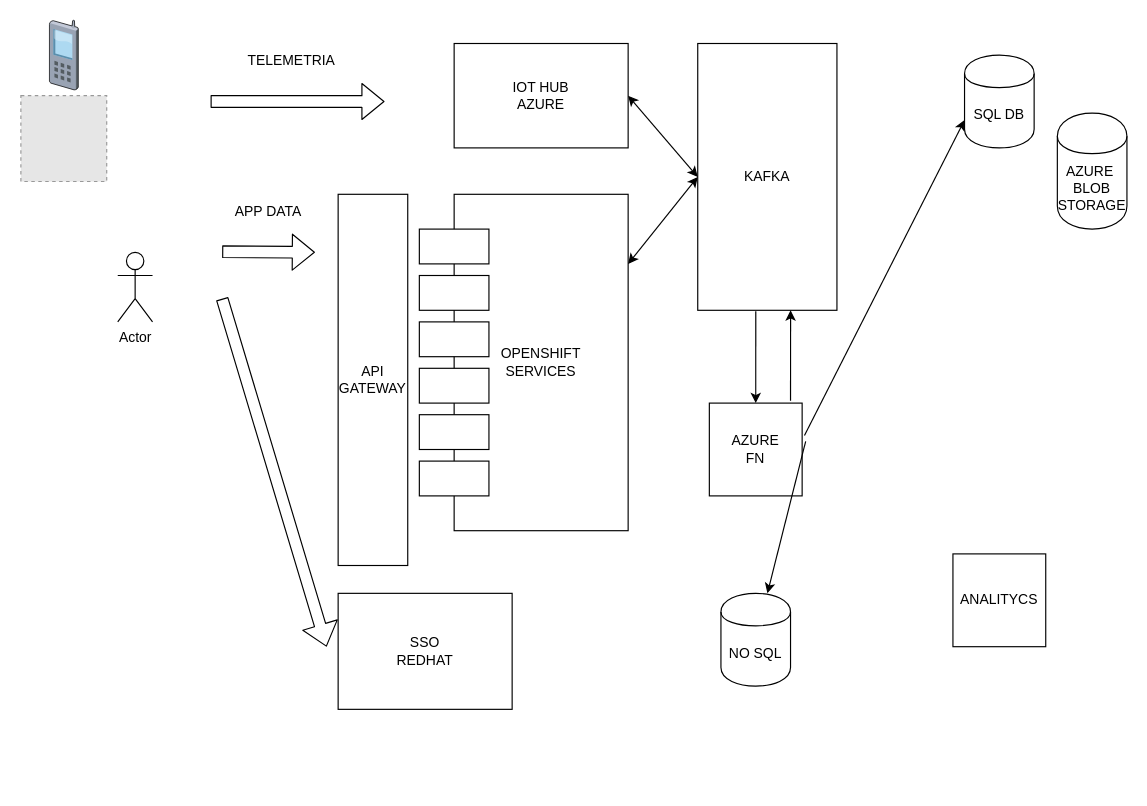
fiorenzino/cps_iot keeps this draw.io diagram as Untitled Diagram.drawio. Above is the earlier version. Source tidied: cells renumbered, new cells numbered last; positions are measured from the earlier drawing's top-left corner, leaving out a move shared by most shapes. Both pictures are drawn from the tidied source at 116%, with x=0, y=0 at pixel (20, 20). Pictures stored in the file or linked from it are replaced by grey dashed boxes.
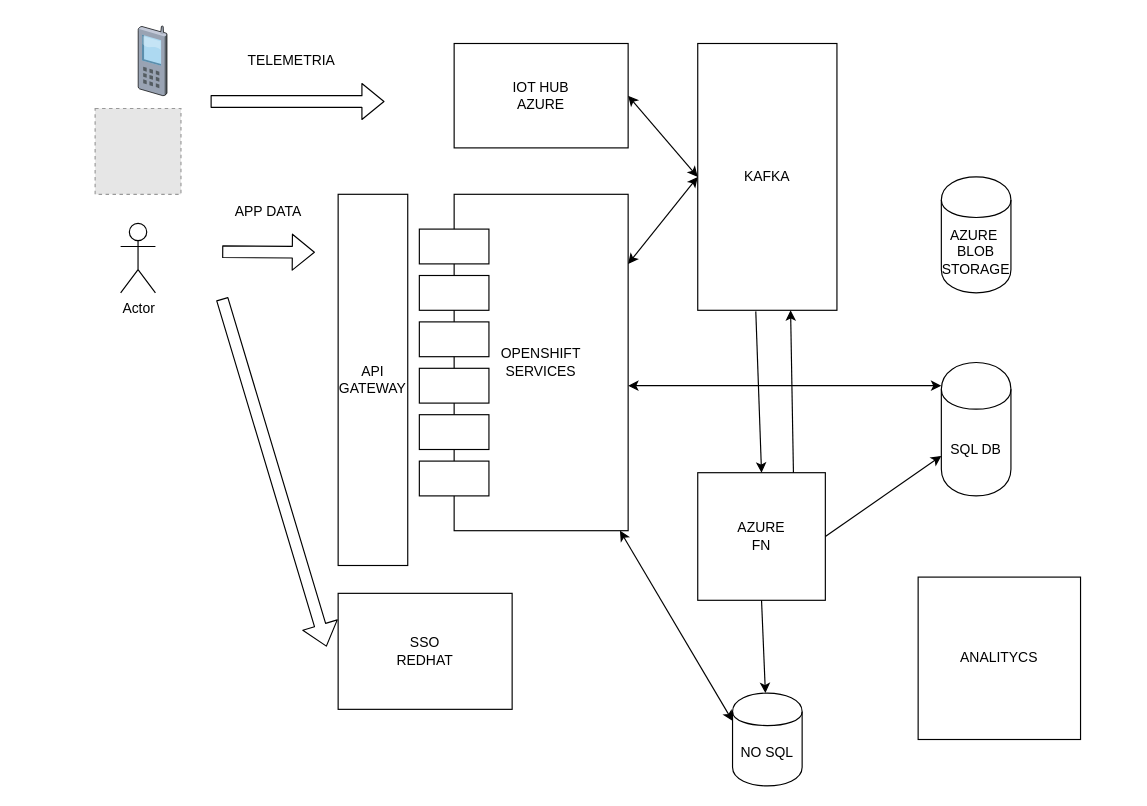
The same page after the edit.

Unchanged cells that the change refers to:
```xml
<mxCell id="5" value="OPENSHIFT&lt;br&gt;SERVICES" style="rounded=0;whiteSpace=wrap;html=1;" parent="1" vertex="1">
  <mxGeometry x="374" y="150" width="150" height="290" as="geometry" />
</mxCell>
<mxCell id="10" value="KAFKA" style="rounded=0;whiteSpace=wrap;html=1;" parent="1" vertex="1">
  <mxGeometry x="584" y="20" width="120" height="230" as="geometry" />
</mxCell>
```

Change to the diagram source:
```diff
@@
     <mxCell id="11" value="SQL DB" style="shape=cylinder;whiteSpace=wrap;html=1;boundedLbl=1;backgroundOutline=1;" parent="1" vertex="1">
-      <mxGeometry x="814" y="30" width="60" height="80" as="geometry" />
+      <mxGeometry x="794" y="295" width="60" height="115" as="geometry" />
     </mxCell>
     <mxCell id="12" value="NO SQL" style="shape=cylinder;whiteSpace=wrap;html=1;boundedLbl=1;backgroundOutline=1;" parent="1" vertex="1">
-      <mxGeometry x="604" y="494" width="60" height="80" as="geometry" />
+      <mxGeometry x="614" y="580" width="60" height="80" as="geometry" />
     </mxCell>
     <mxCell id="13" value="AZURE&amp;nbsp;&lt;br&gt;BLOB&lt;br&gt;STORAGE" style="shape=cylinder;whiteSpace=wrap;html=1;boundedLbl=1;backgroundOutline=1;" parent="1" vertex="1">
-      <mxGeometry x="894" y="80" width="60" height="100" as="geometry" />
+      <mxGeometry x="794" y="135" width="60" height="100" as="geometry" />
     </mxCell>
     <mxCell id="14" value="AZURE&lt;br&gt;FN" style="whiteSpace=wrap;html=1;" parent="1" vertex="1">
-      <mxGeometry x="594" y="330" width="80" height="80" as="geometry" />
+      <mxGeometry x="584" y="390" width="110" height="110" as="geometry" />
     </mxCell>
     <mxCell id="15" value="ANALITYCS&lt;br&gt;" style="whiteSpace=wrap;html=1;" parent="1" vertex="1">
-      <mxGeometry x="804" y="460" width="80" height="80" as="geometry" />
+      <mxGeometry x="774" y="480" width="140" height="140" as="geometry" />
     </mxCell>
@@
-    <mxCell id="19" style="endArrow=classic;html=1;exitX=1.038;exitY=0.413;exitDx=0;exitDy=0;exitPerimeter=0;" parent="1" edge="1" source="14" target="12">
+    <mxCell id="19" style="endArrow=classic;html=1;exitX=0.5;exitY=1;exitDx=0;exitDy=0;" parent="1" edge="1" source="14" target="12">
       <mxGeometry relative="1" as="geometry" />
     </mxCell>
-    <mxCell id="20" style="endArrow=classic;html=1;entryX=0.667;entryY=1;entryDx=0;entryDy=0;entryPerimeter=0;exitX=0.875;exitY=-0.025;exitDx=0;exitDy=0;exitPerimeter=0;" parent="1" edge="1" source="14" target="10">
+    <mxCell id="20" style="endArrow=classic;html=1;entryX=0.667;entryY=1;entryDx=0;entryDy=0;entryPerimeter=0;exitX=0.75;exitY=0;exitDx=0;exitDy=0;" parent="1" edge="1" source="14" target="10">
       <mxGeometry relative="1" as="geometry" />
     </mxCell>
-    <mxCell id="21" style="endArrow=classic;html=1;entryX=0;entryY=0.7;entryDx=0;entryDy=0;" parent="1" edge="1" target="11">
-      <mxGeometry relative="1" as="geometry">
-        <mxPoint x="676" y="358" as="sourcePoint" />
-      </mxGeometry>
+    <mxCell id="21" style="endArrow=classic;html=1;entryX=0;entryY=0.7;entryDx=0;entryDy=0;exitX=1;exitY=0.5;exitDx=0;exitDy=0;" parent="1" edge="1" source="14" target="11">
+      <mxGeometry relative="1" as="geometry" />
     </mxCell>
@@
     <mxCell id="29" value="Actor" style="shape=umlActor;verticalLabelPosition=bottom;labelBackgroundColor=#ffffff;verticalAlign=top;html=1;" parent="1" vertex="1">
-      <mxGeometry x="84" y="200" width="30" height="60" as="geometry" />
+      <mxGeometry x="86.5" y="175" width="30" height="60" as="geometry" />
     </mxCell>
     <mxCell id="30" style="verticalLabelPosition=bottom;html=1;verticalAlign=top;strokeColor=none;align=center;shape=mxgraph.citrix.cell_phone;" parent="1" vertex="1">
-      <mxGeometry x="25" width="25" height="60" as="geometry" />
+      <mxGeometry x="101.5" y="5" width="25" height="60" as="geometry" />
     </mxCell>
     <mxCell id="31" style="fillColor=#E6E6E6;strokeColor=#999999;dashed=1;html=1;verticalAlign=top;verticalLabelPosition=bottom;labelBackgroundColor=#ffffff;" parent="1" vertex="1">
-      <mxGeometry x="0.5" y="65" width="74" height="74" as="geometry" />
+      <mxGeometry x="64.5" y="76" width="74" height="74" as="geometry" />
     </mxCell>
+    <mxCell id="32" style="endArrow=classic;startArrow=classic;html=1;" parent="1" edge="1">
+      <mxGeometry relative="1" as="geometry">
+        <mxPoint x="524" y="315" as="sourcePoint" />
+        <mxPoint x="794" y="315" as="targetPoint" />
+      </mxGeometry>
+    </mxCell>
+    <mxCell id="33" style="endArrow=classic;startArrow=classic;html=1;entryX=0;entryY=0.3;entryDx=0;entryDy=0;exitX=0.953;exitY=1;exitDx=0;exitDy=0;exitPerimeter=0;" parent="1" edge="1" source="5" target="12">
+      <mxGeometry relative="1" as="geometry" />
+    </mxCell>
```
